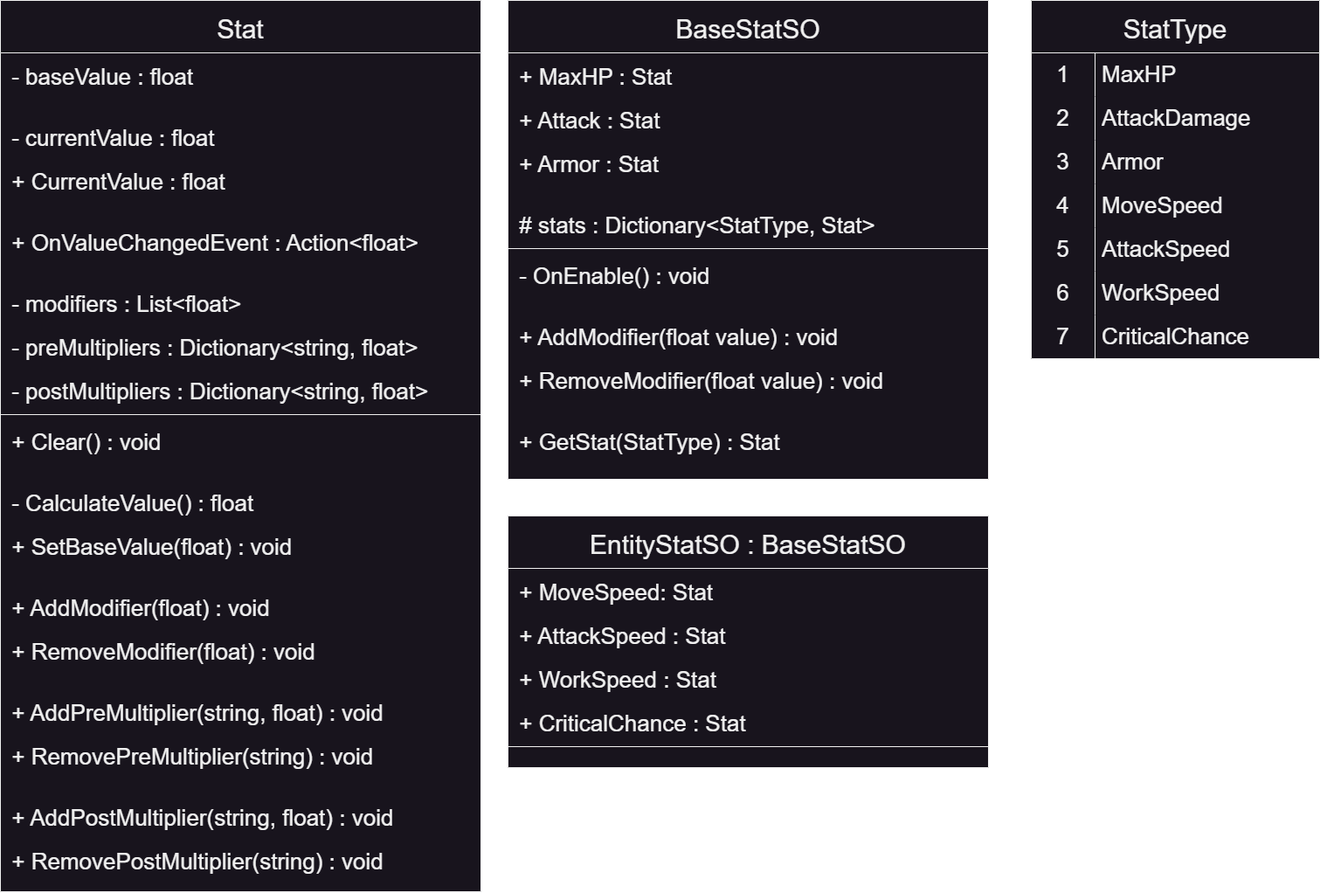
The draw.io diagram UML/Modules/Stat.png in SEH00N/WakDefence, before a commit. Source tidied: cells renumbered, new cells last; positions are measured from the earlier drawing's top-left corner, leaving out a move shared by most shapes.
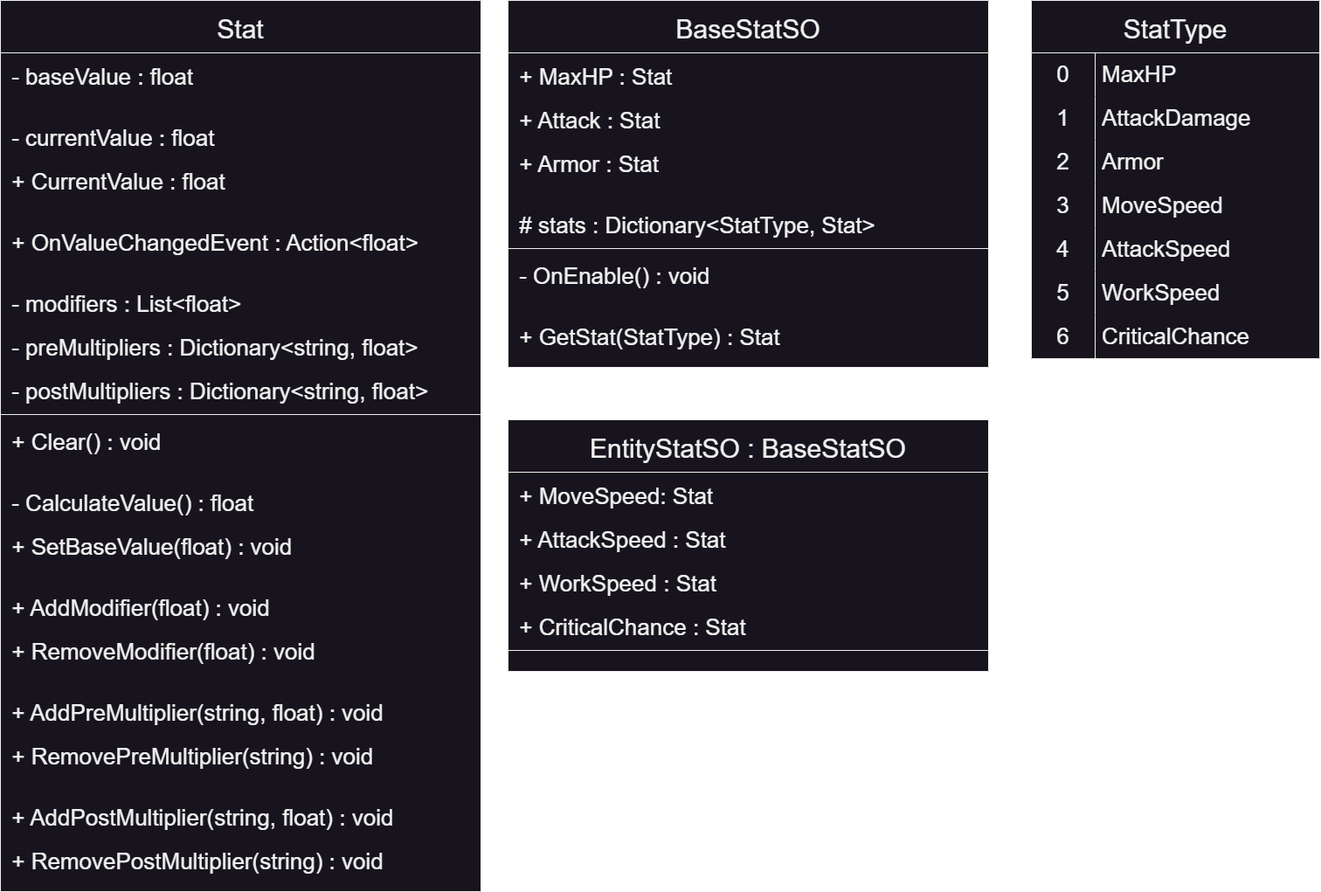
Above is the later version.

Change to the diagram source:
```diff
@@ -81,7 +81,7 @@
       <mxGeometry y="958" width="550" height="50" as="geometry" />
     </mxCell>
     <mxCell id="28" value="BaseStatSO" style="swimlane;fontStyle=0;align=center;verticalAlign=middle;horizontal=1;startSize=60;rounded=0;shadow=0;strokeWidth=1;spacingTop=0;spacingBottom=0;spacingRight=0;fillColor=#18141D;swimlaneFillColor=#18141D;fillStyle=solid;fontColor=#F0F0F0;strokeColor=#F0F0F0;fontSize=30;" parent="1" vertex="1">
-      <mxGeometry x="581" width="550" height="548" as="geometry" />
+      <mxGeometry x="581" width="550" height="420" as="geometry" />
     </mxCell>
     <mxCell id="29" value=" + MaxHP : Stat" style="text;align=left;verticalAlign=middle;spacingLeft=4;spacingRight=4;overflow=hidden;rounded=0;shadow=0;html=0;fontColor=#F0F0F0;fontSize=26;" parent="28" vertex="1">
       <mxGeometry y="60" width="550" height="50" as="geometry" />
@@ -107,17 +107,8 @@
     <mxCell id="36" value=" " style="text;align=left;verticalAlign=middle;spacingLeft=4;spacingRight=4;overflow=hidden;rounded=0;shadow=0;html=0;fontSize=26;" parent="28" vertex="1">
       <mxGeometry y="338" width="550" height="20" as="geometry" />
     </mxCell>
-    <mxCell id="37" value=" + AddModifier(float value) : void" style="text;align=left;verticalAlign=middle;spacingLeft=4;spacingRight=4;overflow=hidden;rounded=0;shadow=0;html=0;fontColor=#F0F0F0;fontSize=26;" parent="28" vertex="1">
-      <mxGeometry y="358" width="550" height="50" as="geometry" />
-    </mxCell>
-    <mxCell id="38" value=" + RemoveModifier(float value) : void" style="text;align=left;verticalAlign=middle;spacingLeft=4;spacingRight=4;overflow=hidden;rounded=0;shadow=0;html=0;fontColor=#F0F0F0;fontSize=26;" parent="28" vertex="1">
-      <mxGeometry y="408" width="550" height="50" as="geometry" />
-    </mxCell>
-    <mxCell id="39" value=" " style="text;align=left;verticalAlign=middle;spacingLeft=4;spacingRight=4;overflow=hidden;rounded=0;shadow=0;html=0;fontSize=26;" parent="28" vertex="1">
-      <mxGeometry y="458" width="550" height="20" as="geometry" />
-    </mxCell>
     <mxCell id="40" value=" + GetStat(StatType) : Stat" style="text;align=left;verticalAlign=middle;spacingLeft=4;spacingRight=4;overflow=hidden;rounded=0;shadow=0;html=0;fontColor=#F0F0F0;fontSize=26;" parent="28" vertex="1">
-      <mxGeometry y="478" width="550" height="50" as="geometry" />
+      <mxGeometry y="358" width="550" height="50" as="geometry" />
     </mxCell>
     <mxCell id="41" value="StatType" style="shape=table;startSize=60;rowLines=0;fontStyle=0;fontSize=30;verticalAlign=middle;strokeColor=#F0F0F0;swimlaneLine=1;strokeWidth=1;fillStyle=solid;fillColor=#18141D;fontColor=#F0F0F0;" parent="1" vertex="1">
       <mxGeometry x="1180" width="330" height="410" as="geometry" />
@@ -125,7 +116,7 @@
     <mxCell id="42" style="shape=tableRow;horizontal=0;startSize=0;swimlaneHead=0;swimlaneBody=0;top=0;left=0;bottom=0;right=0;fillColor=none;fontSize=26;fillStyle=solid;strokeColor=default;fontColor=#F0F0F0;" parent="41" vertex="1">
       <mxGeometry y="60" width="330" height="50" as="geometry" />
     </mxCell>
-    <mxCell id="43" value="1" style="shape=partialRectangle;html=1;whiteSpace=wrap;fillColor=none;top=0;left=0;bottom=0;right=0;overflow=hidden;fontSize=26;strokeColor=default;fontColor=#F0F0F0;" parent="42" vertex="1">
+    <mxCell id="43" value="0" style="shape=partialRectangle;html=1;whiteSpace=wrap;fillColor=none;top=0;left=0;bottom=0;right=0;overflow=hidden;fontSize=26;strokeColor=default;fontColor=#F0F0F0;" parent="42" vertex="1">
       <mxGeometry width="73" height="50" as="geometry" />
     </mxCell>
     <mxCell id="44" value="MaxHP" style="shape=partialRectangle;html=1;whiteSpace=wrap;fillColor=none;top=0;left=0;bottom=0;right=0;align=left;spacingLeft=6;overflow=hidden;fontSize=26;strokeColor=default;fontColor=#F0F0F0;" parent="42" vertex="1">
@@ -134,7 +125,7 @@
     <mxCell id="45" style="shape=tableRow;horizontal=0;startSize=0;swimlaneHead=0;swimlaneBody=0;top=0;left=0;bottom=0;right=0;fillColor=none;fontSize=26;fontColor=#F0F0F0;" parent="41" vertex="1">
       <mxGeometry y="110" width="330" height="50" as="geometry" />
     </mxCell>
-    <mxCell id="46" value="2" style="shape=partialRectangle;html=1;whiteSpace=wrap;fillColor=none;top=0;left=0;bottom=0;right=0;overflow=hidden;fontSize=26;fontColor=#F0F0F0;" parent="45" vertex="1">
+    <mxCell id="46" value="1" style="shape=partialRectangle;html=1;whiteSpace=wrap;fillColor=none;top=0;left=0;bottom=0;right=0;overflow=hidden;fontSize=26;fontColor=#F0F0F0;" parent="45" vertex="1">
       <mxGeometry width="73" height="50" as="geometry" />
     </mxCell>
     <mxCell id="47" value="AttackDamage" style="shape=partialRectangle;html=1;whiteSpace=wrap;fillColor=none;top=0;left=0;bottom=0;right=0;align=left;spacingLeft=6;overflow=hidden;fontSize=26;fontColor=#F0F0F0;" parent="45" vertex="1">
@@ -143,7 +134,7 @@
     <mxCell id="48" style="shape=tableRow;horizontal=0;startSize=0;swimlaneHead=0;swimlaneBody=0;top=0;left=0;bottom=0;right=0;fillColor=none;fontSize=26;fontColor=#F0F0F0;" parent="41" vertex="1">
       <mxGeometry y="160" width="330" height="50" as="geometry" />
     </mxCell>
-    <mxCell id="49" value="3" style="shape=partialRectangle;html=1;whiteSpace=wrap;fillColor=none;top=0;left=0;bottom=0;right=0;overflow=hidden;fontSize=26;fontColor=#F0F0F0;" parent="48" vertex="1">
+    <mxCell id="49" value="2" style="shape=partialRectangle;html=1;whiteSpace=wrap;fillColor=none;top=0;left=0;bottom=0;right=0;overflow=hidden;fontSize=26;fontColor=#F0F0F0;" parent="48" vertex="1">
       <mxGeometry width="73" height="50" as="geometry" />
     </mxCell>
     <mxCell id="50" value="Armor" style="shape=partialRectangle;html=1;whiteSpace=wrap;fillColor=none;top=0;left=0;bottom=0;right=0;align=left;spacingLeft=6;overflow=hidden;fontSize=26;fontColor=#F0F0F0;" parent="48" vertex="1">
@@ -152,7 +143,7 @@
     <mxCell id="51" style="shape=tableRow;horizontal=0;startSize=0;swimlaneHead=0;swimlaneBody=0;top=0;left=0;bottom=0;right=0;fillColor=none;fontSize=26;fontColor=#F0F0F0;" parent="41" vertex="1">
       <mxGeometry y="210" width="330" height="50" as="geometry" />
     </mxCell>
-    <mxCell id="52" value="4" style="shape=partialRectangle;html=1;whiteSpace=wrap;fillColor=none;top=0;left=0;bottom=0;right=0;overflow=hidden;fontSize=26;fontColor=#F0F0F0;" parent="51" vertex="1">
+    <mxCell id="52" value="3" style="shape=partialRectangle;html=1;whiteSpace=wrap;fillColor=none;top=0;left=0;bottom=0;right=0;overflow=hidden;fontSize=26;fontColor=#F0F0F0;" parent="51" vertex="1">
       <mxGeometry width="73" height="50" as="geometry" />
     </mxCell>
     <mxCell id="53" value="MoveSpeed" style="shape=partialRectangle;html=1;whiteSpace=wrap;fillColor=none;top=0;left=0;bottom=0;right=0;align=left;spacingLeft=6;overflow=hidden;fontSize=26;fontColor=#F0F0F0;" parent="51" vertex="1">
@@ -161,7 +152,7 @@
     <mxCell id="54" style="shape=tableRow;horizontal=0;startSize=0;swimlaneHead=0;swimlaneBody=0;top=0;left=0;bottom=0;right=0;fillColor=none;fontSize=26;fontColor=#F0F0F0;" parent="41" vertex="1">
       <mxGeometry y="260" width="330" height="50" as="geometry" />
     </mxCell>
-    <mxCell id="55" value="5" style="shape=partialRectangle;html=1;whiteSpace=wrap;fillColor=none;top=0;left=0;bottom=0;right=0;overflow=hidden;fontSize=26;fontColor=#F0F0F0;" parent="54" vertex="1">
+    <mxCell id="55" value="4" style="shape=partialRectangle;html=1;whiteSpace=wrap;fillColor=none;top=0;left=0;bottom=0;right=0;overflow=hidden;fontSize=26;fontColor=#F0F0F0;" parent="54" vertex="1">
       <mxGeometry width="73" height="50" as="geometry" />
     </mxCell>
     <mxCell id="56" value="AttackSpeed" style="shape=partialRectangle;html=1;whiteSpace=wrap;fillColor=none;top=0;left=0;bottom=0;right=0;align=left;spacingLeft=6;overflow=hidden;fontSize=26;fontColor=#F0F0F0;" parent="54" vertex="1">
@@ -170,7 +161,7 @@
     <mxCell id="57" style="shape=tableRow;horizontal=0;startSize=0;swimlaneHead=0;swimlaneBody=0;top=0;left=0;bottom=0;right=0;fillColor=none;fontSize=26;fontColor=#F0F0F0;" parent="41" vertex="1">
       <mxGeometry y="310" width="330" height="50" as="geometry" />
     </mxCell>
-    <mxCell id="58" value="6" style="shape=partialRectangle;html=1;whiteSpace=wrap;fillColor=none;top=0;left=0;bottom=0;right=0;overflow=hidden;fontSize=26;fontColor=#F0F0F0;" parent="57" vertex="1">
+    <mxCell id="58" value="5" style="shape=partialRectangle;html=1;whiteSpace=wrap;fillColor=none;top=0;left=0;bottom=0;right=0;overflow=hidden;fontSize=26;fontColor=#F0F0F0;" parent="57" vertex="1">
       <mxGeometry width="73" height="50" as="geometry" />
     </mxCell>
     <mxCell id="59" value="WorkSpeed" style="shape=partialRectangle;html=1;whiteSpace=wrap;fillColor=none;top=0;left=0;bottom=0;right=0;align=left;spacingLeft=6;overflow=hidden;fontSize=26;fontColor=#F0F0F0;" parent="57" vertex="1">
@@ -179,14 +170,14 @@
     <mxCell id="60" style="shape=tableRow;horizontal=0;startSize=0;swimlaneHead=0;swimlaneBody=0;top=0;left=0;bottom=0;right=0;fillColor=none;fontSize=26;fontColor=#F0F0F0;" parent="41" vertex="1">
       <mxGeometry y="360" width="330" height="50" as="geometry" />
     </mxCell>
-    <mxCell id="61" value="7" style="shape=partialRectangle;html=1;whiteSpace=wrap;fillColor=none;top=0;left=0;bottom=0;right=0;overflow=hidden;fontSize=26;fontColor=#F0F0F0;" parent="60" vertex="1">
+    <mxCell id="61" value="6" style="shape=partialRectangle;html=1;whiteSpace=wrap;fillColor=none;top=0;left=0;bottom=0;right=0;overflow=hidden;fontSize=26;fontColor=#F0F0F0;" parent="60" vertex="1">
       <mxGeometry width="73" height="50" as="geometry" />
     </mxCell>
     <mxCell id="62" value="CriticalChance" style="shape=partialRectangle;html=1;whiteSpace=wrap;fillColor=none;top=0;left=0;bottom=0;right=0;align=left;spacingLeft=6;overflow=hidden;fontSize=26;fontColor=#F0F0F0;" parent="60" vertex="1">
       <mxGeometry x="73" width="257" height="50" as="geometry" />
     </mxCell>
     <mxCell id="63" value="EntityStatSO : BaseStatSO" style="swimlane;fontStyle=0;align=center;verticalAlign=middle;horizontal=1;startSize=60;rounded=0;shadow=0;strokeWidth=1;spacingTop=0;spacingBottom=0;spacingRight=0;fillColor=#18141D;swimlaneFillColor=#18141D;fillStyle=solid;fontColor=#F0F0F0;strokeColor=#F0F0F0;fontSize=30;" parent="1" vertex="1">
-      <mxGeometry x="581" y="590" width="550" height="288" as="geometry" />
+      <mxGeometry x="581" y="480" width="550" height="288" as="geometry" />
     </mxCell>
     <mxCell id="64" value=" + MoveSpeed: Stat" style="text;align=left;verticalAlign=middle;spacingLeft=4;spacingRight=4;overflow=hidden;rounded=0;shadow=0;html=0;fontColor=#F0F0F0;fontSize=26;" parent="63" vertex="1">
       <mxGeometry y="60" width="550" height="50" as="geometry" />
```
